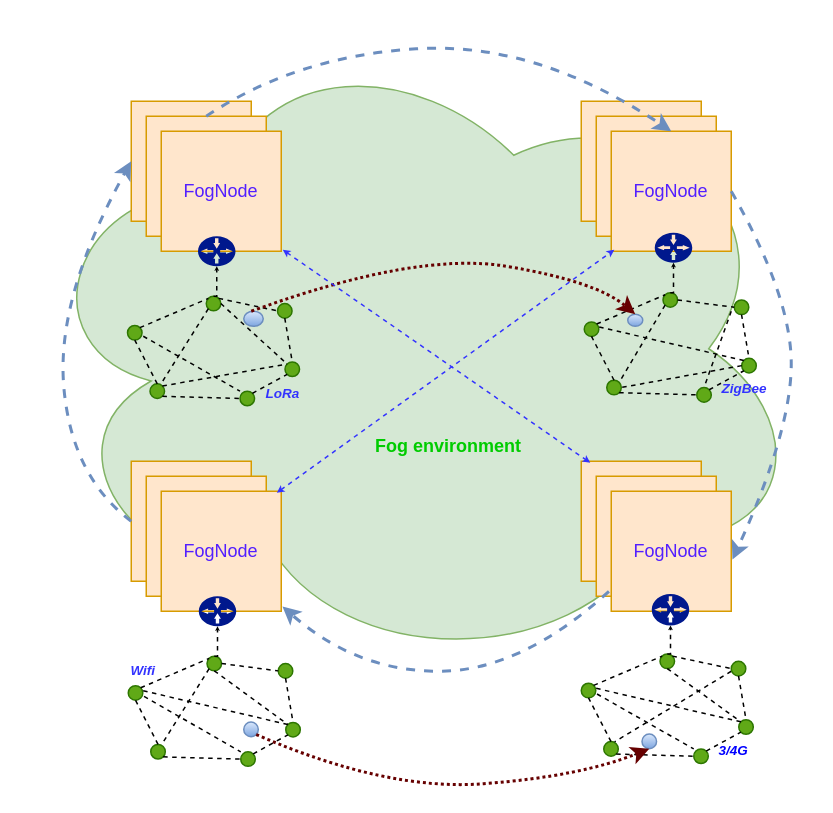
This is fognode_with_multinetworks.drawio from mrleehoan/hello-world, a draw.io file, before an edit. Source tidied: cells renumbered, new cells numbered last; positions are measured from the earlier drawing's top-left corner, leaving out a move shared by most shapes. Both pictures are drawn from the tidied source at 150%, with x=0, y=0 at pixel (26, 26).
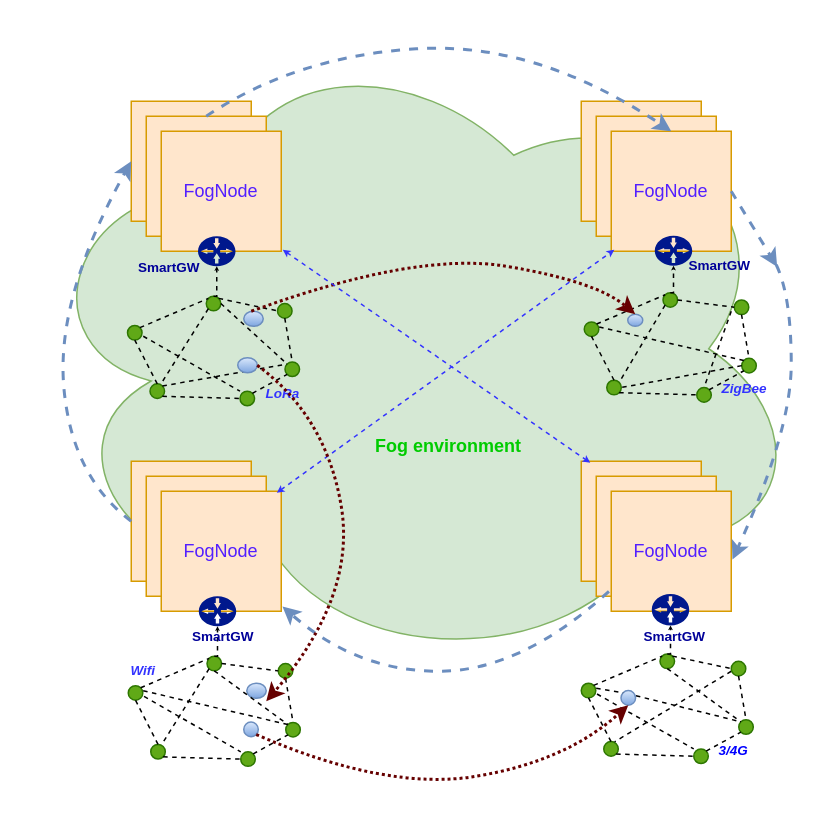
The same page after the edit.

The change refers to these unchanged cells:
```xml
<mxCell id="8" value="&lt;font color=&quot;#531fff&quot;&gt;FogNode&lt;/font&gt;" style="whiteSpace=wrap;html=1;fillColor=#ffe6cc;strokeColor=#d79b00;" parent="1" vertex="1">
  <mxGeometry x="390" y="70" width="80" height="80" as="geometry" />
</mxCell>
<mxCell id="14" value="&lt;font color=&quot;#531fff&quot;&gt;FogNode&lt;/font&gt;" style="whiteSpace=wrap;html=1;fillColor=#ffe6cc;strokeColor=#d79b00;" parent="1" vertex="1">
  <mxGeometry x="390" y="310" width="80" height="80" as="geometry" />
</mxCell>
<mxCell id="17" style="group;" parent="16" vertex="1">
  <mxGeometry width="120" height="74" as="geometry" />
</mxCell>
<mxCell id="30" style="ellipse;whiteSpace=wrap;html=1;fillColor=#dae8fc;strokeColor=#6c8ebf;gradientColor=#7ea6e0;" parent="17" vertex="1">
  <mxGeometry x="77" y="43.9" width="9.7" height="9.7" as="geometry" />
</mxCell>
<mxCell id="38" style="group;" parent="1" vertex="1">
  <mxGeometry x="370" y="418.5" width="130" height="74" as="geometry" />
</mxCell>
<mxCell id="39" style="group;" parent="38" vertex="1">
  <mxGeometry width="130" height="73.5" as="geometry" />
</mxCell>
<mxCell id="40" style="ellipse;whiteSpace=wrap;html=1;fillColor=#60a917;strokeColor=#2D7600;fontColor=#ffffff;" parent="39" vertex="1">
  <mxGeometry y="19.5" width="9.7" height="9.7" as="geometry" />
</mxCell>
<mxCell id="53" style="ellipse;whiteSpace=wrap;html=1;fillColor=#60a917;strokeColor=#2D7600;fontColor=#ffffff;" parent="38" vertex="1">
  <mxGeometry x="105" y="43.8" width="9.7" height="9.7" as="geometry" />
</mxCell>
```

Diff of the diagram source:
```diff
@@
+    <mxCell id="111" style="ellipse;whiteSpace=wrap;html=1;fillColor=#dae8fc;strokeColor=#6c8ebf;gradientColor=#7ea6e0;" parent="17" vertex="1">
+      <mxGeometry x="79" y="18" width="13" height="10" as="geometry" />
+    </mxCell>
@@
-    <mxCell id="52" style="ellipse;whiteSpace=wrap;html=1;fillColor=#dae8fc;strokeColor=#6c8ebf;gradientColor=#7ea6e0;" parent="39" vertex="1">
-      <mxGeometry x="40.5" y="53.4" width="9.7" height="9.7" as="geometry" />
-    </mxCell>
@@
-    <mxCell id="56" style="endArrow=none;dashed=1;html=1;entryX=0;entryY=0;entryDx=0;entryDy=0;exitX=1.026;exitY=0.35;exitDx=0;exitDy=0;exitPerimeter=0;" parent="38" edge="1" source="40" target="53">
+    <mxCell id="56" style="endArrow=none;dashed=1;html=1;entryX=0;entryY=0;entryDx=0;entryDy=0;exitX=1.026;exitY=0.35;exitDx=0;exitDy=0;exitPerimeter=0;" parent="38" edge="1" source="52" target="53">
       <mxGeometry relative="1" as="geometry" />
     </mxCell>
@@
+    <mxCell id="52" style="ellipse;whiteSpace=wrap;html=1;fillColor=#dae8fc;strokeColor=#6c8ebf;gradientColor=#7ea6e0;" parent="38" vertex="1">
+      <mxGeometry x="26.5" y="24.4" width="9.7" height="9.7" as="geometry" />
+    </mxCell>
+    <mxCell id="112" style="endArrow=none;dashed=1;html=1;entryX=0;entryY=0;entryDx=0;entryDy=0;exitX=1.026;exitY=0.35;exitDx=0;exitDy=0;exitPerimeter=0;" parent="38" edge="1" source="40" target="52">
+      <mxGeometry relative="1" as="geometry" />
+    </mxCell>
@@
     <mxCell id="80" style="shadow=0;dashed=0;html=1;strokeColor=none;labelPosition=center;verticalLabelPosition=bottom;verticalAlign=top;align=center;shape=mxgraph.mscae.enterprise.gateway;fillColor=#00188D;" parent="1" vertex="1">
-      <mxGeometry x="419" y="137.6" width="25" height="20" as="geometry" />
+      <mxGeometry x="419" y="139.6" width="25" height="20" as="geometry" />
     </mxCell>
@@
-    <mxCell id="103" style="curved=1;endArrow=classic;html=1;dashed=1;exitX=1;exitY=0.5;exitDx=0;exitDy=0;entryX=1.01;entryY=0.569;entryDx=0;entryDy=0;entryPerimeter=0;gradientColor=#7ea6e0;fillColor=#dae8fc;strokeColor=#6c8ebf;strokeWidth=2;" parent="1" edge="1" source="8" target="14">
+    <mxCell id="103" style="curved=1;endArrow=classic;html=1;dashed=1;exitX=1;exitY=0.5;exitDx=0;exitDy=0;entryX=1.01;entryY=0.569;entryDx=0;entryDy=0;entryPerimeter=0;gradientColor=#7ea6e0;fillColor=#dae8fc;strokeColor=#6c8ebf;strokeWidth=2;" parent="1" edge="1" source="116" target="14">
       <mxGeometry relative="1" as="geometry">
         <Array as="points">
           <mxPoint x="510" y="180" />
           <mxPoint x="510" y="270" />
         </Array>
       </mxGeometry>
     </mxCell>
@@
     <mxCell id="105" style="curved=1;endArrow=classic;html=1;exitX=1;exitY=1;exitDx=0;exitDy=0;entryX=0.5;entryY=1;entryDx=0;entryDy=0;dashed=1;dashPattern=1 1;strokeColor=#660000;strokeWidth=2;" parent="1" edge="1" source="30" target="52">
       <mxGeometry relative="1" as="geometry">
         <Array as="points">
           <mxPoint x="240" y="510" />
-          <mxPoint x="370" y="500" />
+          <mxPoint x="360" y="490" />
         </Array>
       </mxGeometry>
     </mxCell>
@@
+    <mxCell id="113" value="&lt;b&gt;&lt;font style=&quot;font-size: 9px&quot; color=&quot;#000099&quot;&gt;SmartGW&lt;/font&gt;&lt;/b&gt;" style="text;html=1;align=left;verticalAlign=top;spacingTop=-4;" parent="1" vertex="1">
+      <mxGeometry x="109" y="396" width="60" height="20" as="geometry" />
+    </mxCell>
+    <mxCell id="114" value="&lt;b&gt;&lt;font style=&quot;font-size: 9px&quot; color=&quot;#000099&quot;&gt;SmartGW&lt;/font&gt;&lt;/b&gt;" style="text;html=1;align=left;verticalAlign=top;spacingTop=-4;" parent="1" vertex="1">
+      <mxGeometry x="410" y="396" width="60" height="20" as="geometry" />
+    </mxCell>
+    <mxCell id="115" value="&lt;b&gt;&lt;font style=&quot;font-size: 9px&quot; color=&quot;#000099&quot;&gt;SmartGW&lt;/font&gt;&lt;/b&gt;" style="text;html=1;align=left;verticalAlign=top;spacingTop=-4;" parent="1" vertex="1">
+      <mxGeometry x="73" y="150" width="60" height="20" as="geometry" />
+    </mxCell>
+    <mxCell id="116" value="&lt;b&gt;&lt;font style=&quot;font-size: 9px&quot; color=&quot;#000099&quot;&gt;SmartGW&lt;/font&gt;&lt;/b&gt;" style="text;html=1;points=[];align=left;verticalAlign=top;spacingTop=-4;" parent="1" vertex="1">
+      <mxGeometry x="440" y="149" width="60" height="20" as="geometry" />
+    </mxCell>
+    <mxCell id="117" style="curved=1;endArrow=classic;html=1;dashed=1;exitX=1;exitY=0.5;exitDx=0;exitDy=0;entryX=1.01;entryY=0.569;entryDx=0;entryDy=0;entryPerimeter=0;gradientColor=#7ea6e0;fillColor=#dae8fc;strokeColor=#6c8ebf;strokeWidth=2;" parent="1" edge="1" source="8" target="116">
+      <mxGeometry relative="1" as="geometry" />
+    </mxCell>
+    <mxCell id="118" style="ellipse;whiteSpace=wrap;html=1;fillColor=#dae8fc;strokeColor=#6c8ebf;gradientColor=#7ea6e0;" parent="1" vertex="1">
+      <mxGeometry x="141" y="221" width="13" height="10" as="geometry" />
+    </mxCell>
+    <mxCell id="119" style="curved=1;endArrow=classic;html=1;dashed=1;dashPattern=1 1;strokeColor=#660000;strokeWidth=2;exitX=1;exitY=0.5;exitDx=0;exitDy=0;" parent="1" edge="1" source="118">
+      <mxGeometry relative="1" as="geometry">
+        <mxPoint x="160" y="450" as="targetPoint" />
+        <Array as="points">
+          <mxPoint x="200" y="260" />
+          <mxPoint x="220" y="380" />
+        </Array>
+      </mxGeometry>
+    </mxCell>
```
